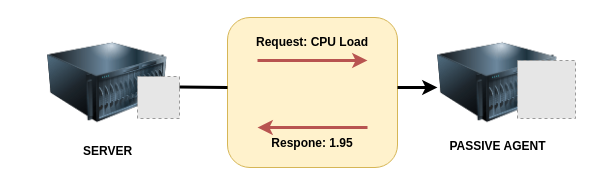
Before: active_agent.drawio in padowla/super-fortnight, a draw.io diagram. Source tidied: cells renumbered, new cells numbered last; positions are measured from the earlier drawing's top-left corner, leaving out a move shared by most shapes. Both pictures are drawn from the tidied source at 100%, with x=0, y=0 at pixel (47, 17). Pictures stored in the file or linked from it are replaced by grey dashed boxes.
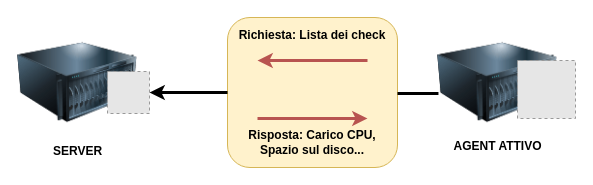
The same diagram, later.

What changed in the source:
```diff
@@
 <mxGraphModel>
   <root>
     <mxCell id="0" />
     <mxCell id="1" parent="0" />
     <mxCell id="2" value="&lt;b&gt;SERVER&lt;/b&gt;" style="image;html=1;image=img/lib/clip_art/computers/Server_128x128.png;" parent="1" vertex="1">
-      <mxGeometry y="10" width="120" height="110" as="geometry" />
+      <mxGeometry x="-30" y="10" width="120" height="110" as="geometry" />
     </mxCell>
-    <mxCell id="3" value="&lt;b&gt;PASSIVE AGENT&lt;br&gt;&lt;/b&gt;" style="image;html=1;image=img/lib/clip_art/computers/Server_128x128.png;" parent="1" vertex="1">
+    <mxCell id="3" value="&lt;b&gt;AGENT ATTIVO&lt;br&gt;&lt;/b&gt;" style="image;html=1;image=img/lib/clip_art/computers/Server_128x128.png;" parent="1" vertex="1">
       <mxGeometry x="390" y="15" width="120" height="100" as="geometry" />
     </mxCell>
     <mxCell id="4" style="fillColor=#E6E6E6;strokeColor=#999999;dashed=1;verticalLabelPosition=bottom;labelBackgroundColor=#ffffff;verticalAlign=top;" parent="1" vertex="1">
-      <mxGeometry x="90" y="59" width="42" height="42" as="geometry" />
+      <mxGeometry x="60" y="54" width="42" height="42" as="geometry" />
     </mxCell>
     <mxCell id="5" style="fillColor=#E6E6E6;strokeColor=#999999;dashed=1;html=1;verticalAlign=top;verticalLabelPosition=bottom;labelBackgroundColor=#ffffff;" parent="1" vertex="1">
       <mxGeometry x="470" y="43" width="58" height="58" as="geometry" />
     </mxCell>
     <mxCell id="6" style="rounded=1;whiteSpace=wrap;html=1;fillColor=#fff2cc;strokeColor=#d6b656;" parent="1" vertex="1">
       <mxGeometry x="180" width="170" height="150" as="geometry" />
     </mxCell>
-    <mxCell id="7" style="endArrow=none;html=1;exitX=1;exitY=0.25;exitDx=0;exitDy=0;strokeWidth=3;" parent="1" edge="1" source="4">
+    <mxCell id="7" style="endArrow=none;html=1;strokeWidth=3;entryX=0.008;entryY=0.61;entryDx=0;entryDy=0;entryPerimeter=0;" parent="1" edge="1" target="3">
       <mxGeometry relative="1" as="geometry">
-        <mxPoint x="180" y="70" as="targetPoint" />
+        <mxPoint x="350" y="76" as="sourcePoint" />
       </mxGeometry>
     </mxCell>
-    <mxCell id="8" value="&lt;div&gt;&lt;b&gt;Request: CPU Load&lt;/b&gt;&lt;/div&gt;&lt;div&gt;&lt;b&gt;&lt;br&gt;&lt;/b&gt;&lt;/div&gt;&lt;div&gt;&lt;b&gt;&lt;br&gt;&lt;/b&gt;&lt;/div&gt;&lt;div&gt;&lt;b&gt;&lt;br&gt;&lt;/b&gt;&lt;/div&gt;&lt;div&gt;&lt;b&gt;&lt;br&gt;&lt;/b&gt;&lt;/div&gt;&lt;div&gt;&lt;br&gt;&lt;/div&gt;&lt;div&gt;&lt;br&gt;&lt;/div&gt;&lt;div&gt;&lt;b&gt;Respone: 1.95&lt;br&gt;&lt;/b&gt;&lt;/div&gt;" style="text;html=1;strokeColor=none;fillColor=none;align=center;verticalAlign=middle;whiteSpace=wrap;rounded=0;" parent="1" vertex="1">
+    <mxCell id="8" value="&lt;div&gt;&lt;b&gt;Richiesta: Lista dei check&lt;br&gt;&lt;/b&gt;&lt;/div&gt;&lt;div&gt;&lt;b&gt;&lt;br&gt;&lt;/b&gt;&lt;/div&gt;&lt;div&gt;&lt;b&gt;&lt;br&gt;&lt;/b&gt;&lt;/div&gt;&lt;div&gt;&lt;b&gt;&lt;br&gt;&lt;/b&gt;&lt;/div&gt;&lt;div&gt;&lt;b&gt;&lt;br&gt;&lt;/b&gt;&lt;/div&gt;&lt;div&gt;&lt;br&gt;&lt;/div&gt;&lt;div&gt;&lt;br&gt;&lt;/div&gt;&lt;div&gt;&lt;b&gt;Risposta: Carico CPU, Spazio sul disco...&lt;br&gt;&lt;/b&gt;&lt;/div&gt;" style="text;html=1;strokeColor=none;fillColor=none;align=center;verticalAlign=middle;whiteSpace=wrap;rounded=0;" parent="1" vertex="1">
       <mxGeometry x="180" width="170" height="150" as="geometry" />
     </mxCell>
     <mxCell id="9" style="endArrow=classic;html=1;strokeWidth=3;fillColor=#f8cecc;strokeColor=#b85450;" parent="1" edge="1">
       <mxGeometry relative="1" as="geometry">
-        <mxPoint x="320" y="110" as="sourcePoint" />
-        <mxPoint x="210" y="110" as="targetPoint" />
+        <mxPoint x="210" y="101" as="sourcePoint" />
+        <mxPoint x="320" y="101" as="targetPoint" />
       </mxGeometry>
     </mxCell>
     <mxCell id="10" style="endArrow=classic;html=1;strokeWidth=3;fillColor=#f8cecc;strokeColor=#b85450;" parent="1" edge="1">
       <mxGeometry relative="1" as="geometry">
-        <mxPoint x="210" y="43" as="sourcePoint" />
-        <mxPoint x="320" y="43" as="targetPoint" />
+        <mxPoint x="320" y="43" as="sourcePoint" />
+        <mxPoint x="210" y="43" as="targetPoint" />
       </mxGeometry>
     </mxCell>
-    <mxCell id="11" style="endArrow=classic;html=1;strokeWidth=3;" parent="1" edge="1">
-      <mxGeometry relative="1" as="geometry">
-        <mxPoint x="350" y="70" as="sourcePoint" />
-        <mxPoint x="390" y="70" as="targetPoint" />
-      </mxGeometry>
+    <mxCell id="11" style="endArrow=classic;html=1;strokeWidth=3;exitX=0;exitY=0.5;exitDx=0;exitDy=0;entryX=1;entryY=0.5;entryDx=0;entryDy=0;" parent="1" edge="1" source="8" target="4">
+      <mxGeometry relative="1" as="geometry" />
     </mxCell>
   </root>
 </mxGraphModel>
```
